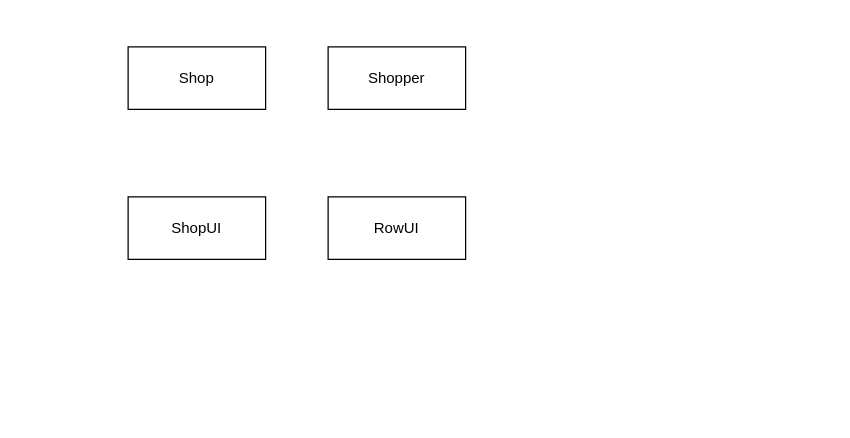
KTFox/FoxAdventure keeps this draw.io diagram as GreenAcademyProject.drawio. Above is the earlier version. Source tidied: cells renumbered, new cells numbered last; positions are measured from the earlier drawing's top-left corner, leaving out a move shared by most shapes. Both pictures are drawn from the tidied source at 125%, with x=0, y=0 at pixel (128, 46).
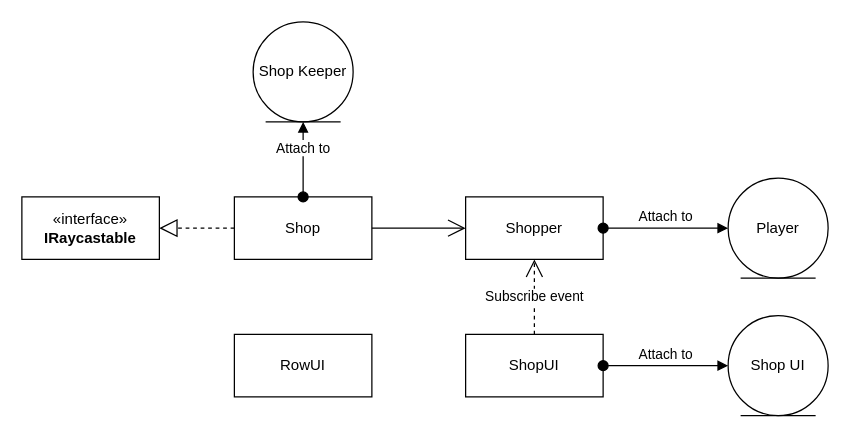
After the change.

Diff of the diagram source:
```diff
@@
 <mxGraphModel>
   <root>
     <mxCell id="0" />
     <mxCell id="1" parent="0" />
     <mxCell id="2" value="Shop" style="html=1;whiteSpace=wrap;" parent="1" vertex="1">
-      <mxGeometry width="110" height="50" as="geometry" />
+      <mxGeometry x="85" y="120" width="110" height="50" as="geometry" />
     </mxCell>
     <mxCell id="3" value="Shopper" style="html=1;whiteSpace=wrap;" parent="1" vertex="1">
-      <mxGeometry x="160" width="110" height="50" as="geometry" />
+      <mxGeometry x="270" y="120" width="110" height="50" as="geometry" />
     </mxCell>
     <mxCell id="4" value="RowUI" style="html=1;whiteSpace=wrap;" parent="1" vertex="1">
-      <mxGeometry x="160" y="120" width="110" height="50" as="geometry" />
+      <mxGeometry x="85" y="230" width="110" height="50" as="geometry" />
     </mxCell>
     <mxCell id="5" value="ShopUI" style="html=1;whiteSpace=wrap;" parent="1" vertex="1">
-      <mxGeometry y="120" width="110" height="50" as="geometry" />
+      <mxGeometry x="270" y="230" width="110" height="50" as="geometry" />
     </mxCell>
+    <mxCell id="6" value="Attach to" style="html=1;verticalAlign=bottom;startArrow=oval;startFill=1;endArrow=block;startSize=8;curved=0;rounded=0;" parent="1" edge="1" source="3" target="7">
+      <mxGeometry x="-0.01" relative="1" as="geometry" />
+    </mxCell>
+    <mxCell id="7" value="Player" style="ellipse;shape=umlEntity;whiteSpace=wrap;html=1;" parent="1" vertex="1">
+      <mxGeometry x="480" y="105" width="80" height="80" as="geometry" />
+    </mxCell>
+    <mxCell id="8" value="Subscribe event" style="endArrow=open;endSize=12;dashed=1;html=1;rounded=0;" parent="1" edge="1" source="5" target="3">
+      <mxGeometry relative="1" as="geometry" />
+    </mxCell>
+    <mxCell id="9" value="Attach to" style="html=1;verticalAlign=bottom;startArrow=oval;startFill=1;endArrow=block;startSize=8;curved=0;rounded=0;" parent="1" edge="1" source="5" target="10">
+      <mxGeometry x="-0.01" relative="1" as="geometry" />
+    </mxCell>
+    <mxCell id="10" value="Shop UI" style="ellipse;shape=umlEntity;whiteSpace=wrap;html=1;" parent="1" vertex="1">
+      <mxGeometry x="480" y="215" width="80" height="80" as="geometry" />
+    </mxCell>
+    <mxCell id="11" value="Shop Keeper" style="ellipse;shape=umlEntity;whiteSpace=wrap;html=1;" parent="1" vertex="1">
+      <mxGeometry x="100" y="-20" width="80" height="80" as="geometry" />
+    </mxCell>
+    <mxCell id="12" value="Attach to" style="html=1;verticalAlign=bottom;startArrow=oval;startFill=1;endArrow=block;startSize=8;curved=0;rounded=0;" parent="1" edge="1" source="2" target="11">
+      <mxGeometry x="-0.01" relative="1" as="geometry" />
+    </mxCell>
+    <mxCell id="13" value="«interface»&lt;br&gt;&lt;b&gt;IRaycastable&lt;/b&gt;" style="html=1;whiteSpace=wrap;" parent="1" vertex="1">
+      <mxGeometry x="-85" y="120" width="110" height="50" as="geometry" />
+    </mxCell>
+    <mxCell id="14" style="endArrow=block;dashed=1;endFill=0;endSize=12;html=1;rounded=0;" parent="1" edge="1" source="2" target="13">
+      <mxGeometry relative="1" as="geometry" />
+    </mxCell>
+    <mxCell id="15" style="endArrow=open;endFill=1;endSize=12;html=1;rounded=0;" parent="1" edge="1" source="2" target="3">
+      <mxGeometry relative="1" as="geometry" />
+    </mxCell>
   </root>
 </mxGraphModel>
```
